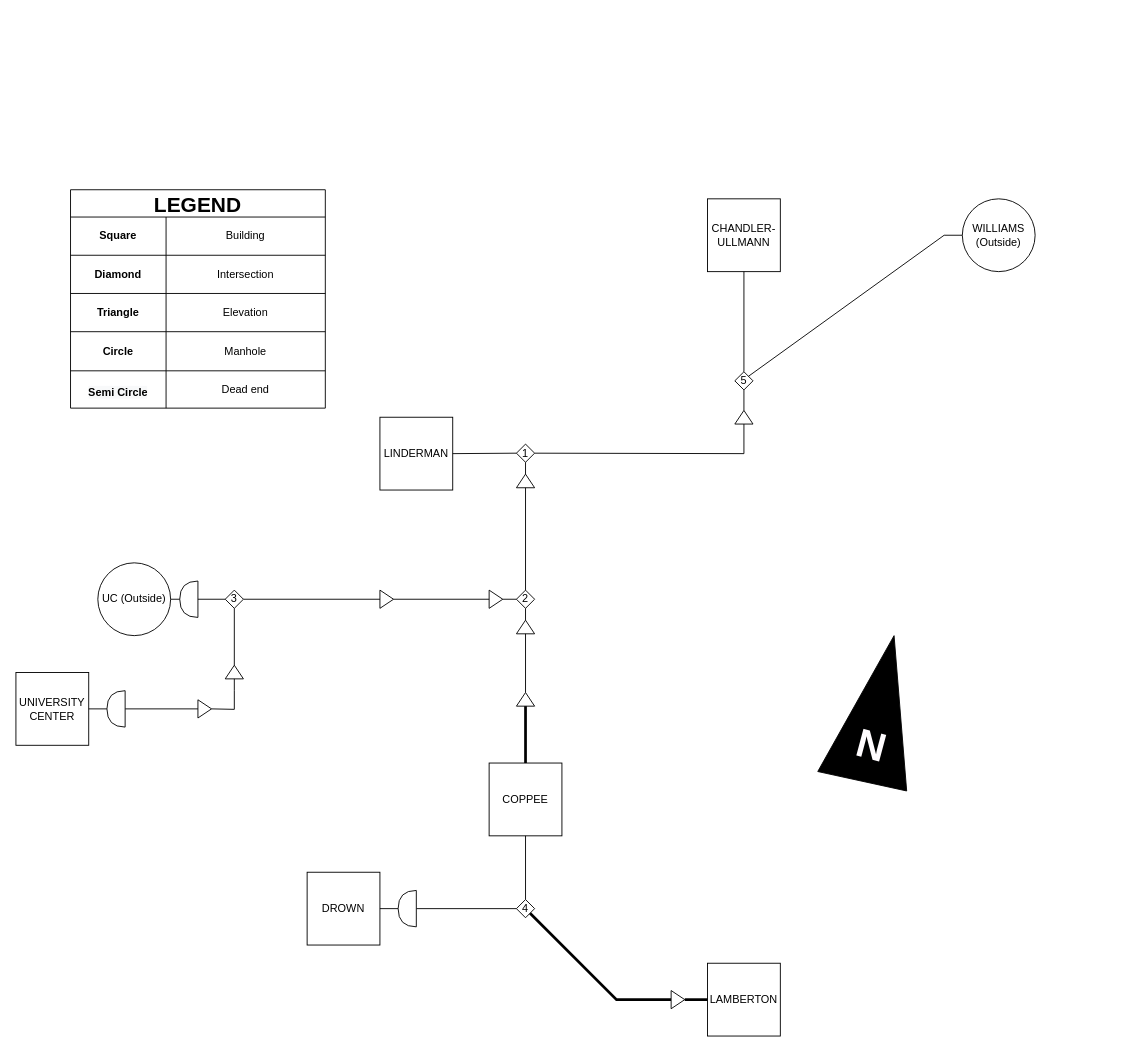
The draw.io diagram diagram.drawio in shun-ueda/lehigh-stream-tunnel, before the edit. Source tidied: cells renumbered, new cells numbered last; positions are measured from the earlier drawing's top-left corner, leaving out a move shared by most shapes. Both pictures are drawn from the tidied source at 91%, with x=0, y=0 at pixel (15, 189).
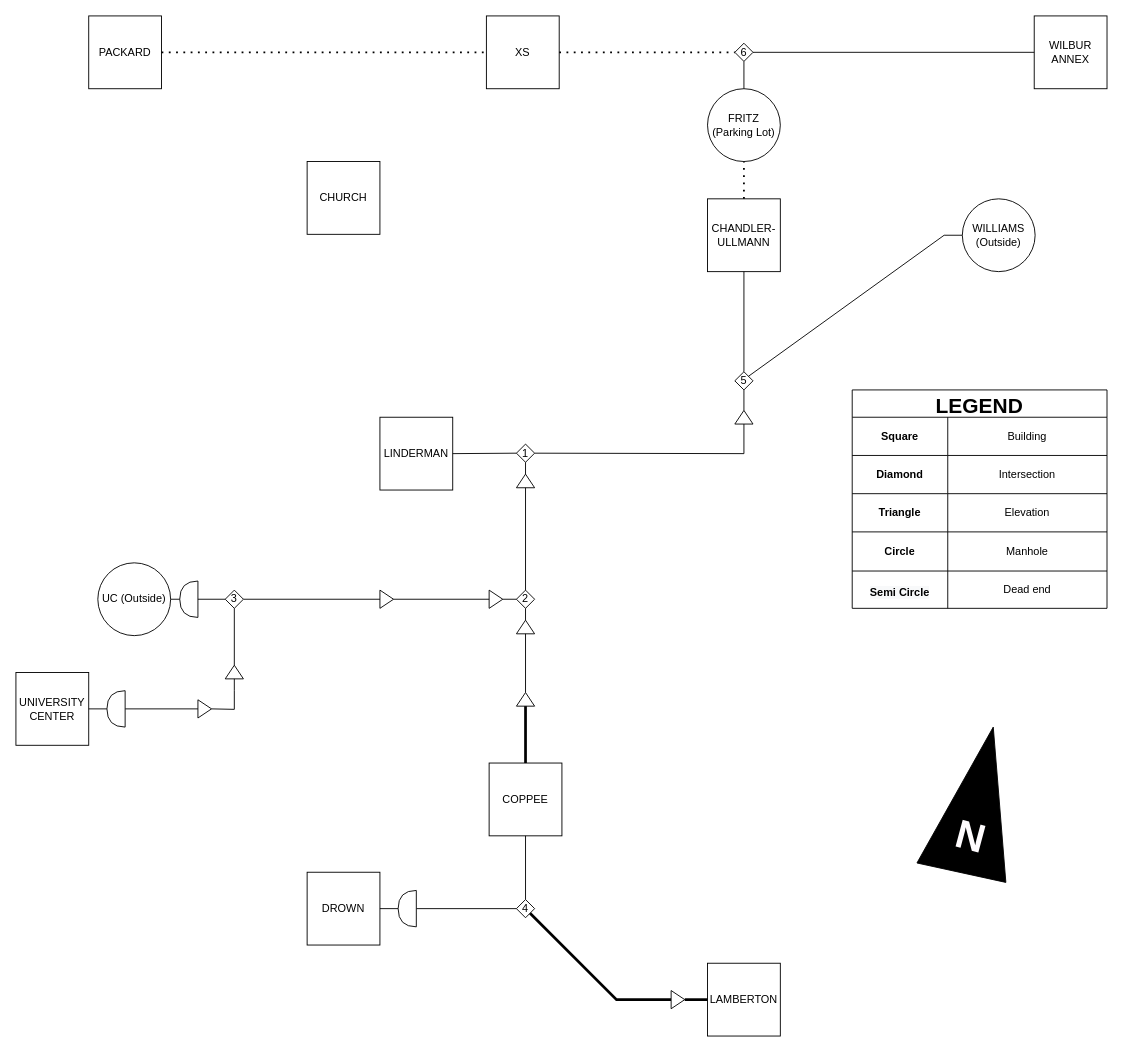
Above is the later version.

The change refers to these unchanged cells:
```xml
<mxCell id="62" value="CHANDLER-ULLMANN" style="rounded=0;whiteSpace=wrap;html=1;" parent="1" vertex="1">
  <mxGeometry x="760" y="10" width="80" height="80" as="geometry" />
</mxCell>
```

Diff of the diagram source:
```diff
@@
     <mxCell id="25" value="LEGEND" style="shape=table;startSize=30;childLayout=tableLayout;fontStyle=1;align=center;fontSize=23;" parent="1" vertex="1">
-      <mxGeometry x="60" width="280" height="240" as="geometry" />
+      <mxGeometry x="919" y="220" width="280" height="240" as="geometry" />
     </mxCell>
@@
     <mxCell id="41" style="shape=mxgraph.arrows2.wedgeArrow;html=1;startWidth=50;fillColor=strokeColor;defaultFillColor=invert;defaultGradientColor=invert;rounded=0;" parent="1" edge="1">
       <mxGeometry relative="1" as="geometry">
-        <mxPoint x="930" y="650" as="sourcePoint" />
-        <mxPoint x="965" y="490" as="targetPoint" />
+        <mxPoint x="1039" y="750.5" as="sourcePoint" />
+        <mxPoint x="1074" y="590.5" as="targetPoint" />
       </mxGeometry>
     </mxCell>
@@
+    <mxCell id="69" value="WILBUR ANNEX" style="rounded=0;whiteSpace=wrap;html=1;" parent="1" vertex="1">
+      <mxGeometry x="1119" y="-191" width="80" height="80" as="geometry" />
+    </mxCell>
+    <mxCell id="70" value="6" style="rhombus;whiteSpace=wrap;html=1;" parent="1" vertex="1">
+      <mxGeometry x="790" y="-161" width="20" height="20" as="geometry" />
+    </mxCell>
+    <mxCell id="71" style="endArrow=none;html=1;rounded=0;entryX=0;entryY=0.5;entryDx=0;entryDy=0;exitX=1;exitY=0.5;exitDx=0;exitDy=0;" parent="1" edge="1" source="70" target="69">
+      <mxGeometry relative="1" as="geometry" />
+    </mxCell>
+    <mxCell id="72" value="FRITZ (Parking Lot)" style="ellipse;whiteSpace=wrap;html=1;" parent="1" vertex="1">
+      <mxGeometry x="760" y="-111" width="80" height="80" as="geometry" />
+    </mxCell>
+    <mxCell id="73" style="endArrow=none;html=1;rounded=0;entryX=0.5;entryY=1;entryDx=0;entryDy=0;exitX=0.5;exitY=0;exitDx=0;exitDy=0;" parent="1" edge="1" source="72" target="70">
+      <mxGeometry relative="1" as="geometry" />
+    </mxCell>
+    <mxCell id="74" style="endArrow=none;dashed=1;html=1;dashPattern=1 3;strokeWidth=2;rounded=0;entryX=0.5;entryY=1;entryDx=0;entryDy=0;exitX=0.5;exitY=0;exitDx=0;exitDy=0;" parent="1" edge="1" source="62" target="72">
+      <mxGeometry relative="1" as="geometry" />
+    </mxCell>
+    <mxCell id="75" value="XS" style="rounded=0;whiteSpace=wrap;html=1;" parent="1" vertex="1">
+      <mxGeometry x="517" y="-191" width="80" height="80" as="geometry" />
+    </mxCell>
+    <mxCell id="76" style="endArrow=none;dashed=1;html=1;dashPattern=1 3;strokeWidth=2;rounded=0;entryX=0;entryY=0.5;entryDx=0;entryDy=0;exitX=1;exitY=0.5;exitDx=0;exitDy=0;" parent="1" edge="1" source="75" target="70">
+      <mxGeometry relative="1" as="geometry" />
+    </mxCell>
+    <mxCell id="77" value="PACKARD" style="rounded=0;whiteSpace=wrap;html=1;" parent="1" vertex="1">
+      <mxGeometry x="80" y="-191" width="80" height="80" as="geometry" />
+    </mxCell>
+    <mxCell id="78" style="endArrow=none;dashed=1;html=1;dashPattern=1 3;strokeWidth=2;rounded=0;entryX=0;entryY=0.5;entryDx=0;entryDy=0;exitX=1;exitY=0.5;exitDx=0;exitDy=0;" parent="1" edge="1" source="77" target="75">
+      <mxGeometry relative="1" as="geometry" />
+    </mxCell>
+    <mxCell id="79" value="CHURCH" style="rounded=0;whiteSpace=wrap;html=1;" parent="1" vertex="1">
+      <mxGeometry x="320" y="-31" width="80" height="80" as="geometry" />
+    </mxCell>
```
